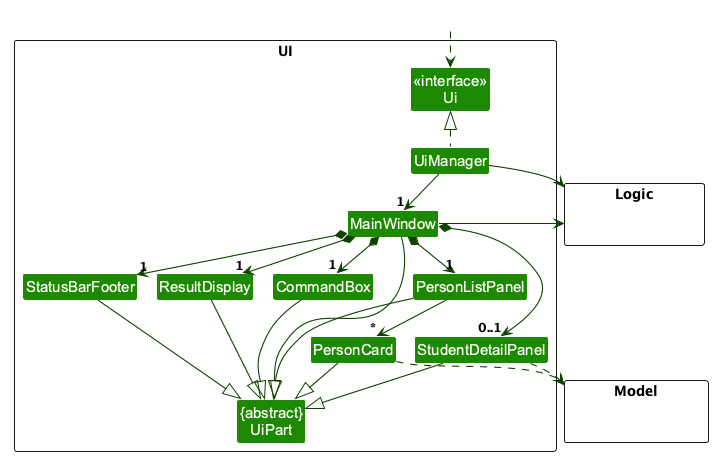
The PlantUML diagram docs/images/UiClassDiagram.png in AY2627S1-CS2103T-T09-1/tp, before a commit.
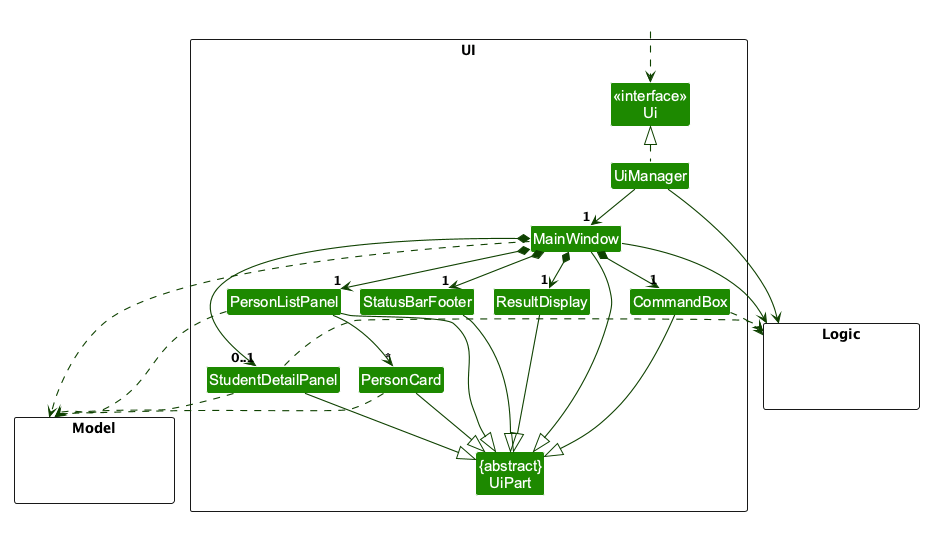
The same file after the commit.

Commit message:
Fix view-related UML diagrams

What changed in the source:
```diff
@@ -49,9 +49,13 @@
 StatusBarFooter --|> UiPart
 
 PersonCard ..> Model
+MainWindow ..> Model
+PersonListPanel ..> Model
 StudentDetailPanel ..> Model
 UiManager -right-> Logic
 MainWindow -left-> Logic
+CommandBox ..> Logic
+StudentDetailPanel ..> Logic
 
 PersonListPanel -[hidden]left- CommandBox
 CommandBox -[hidden]left- ResultDisplay
```
